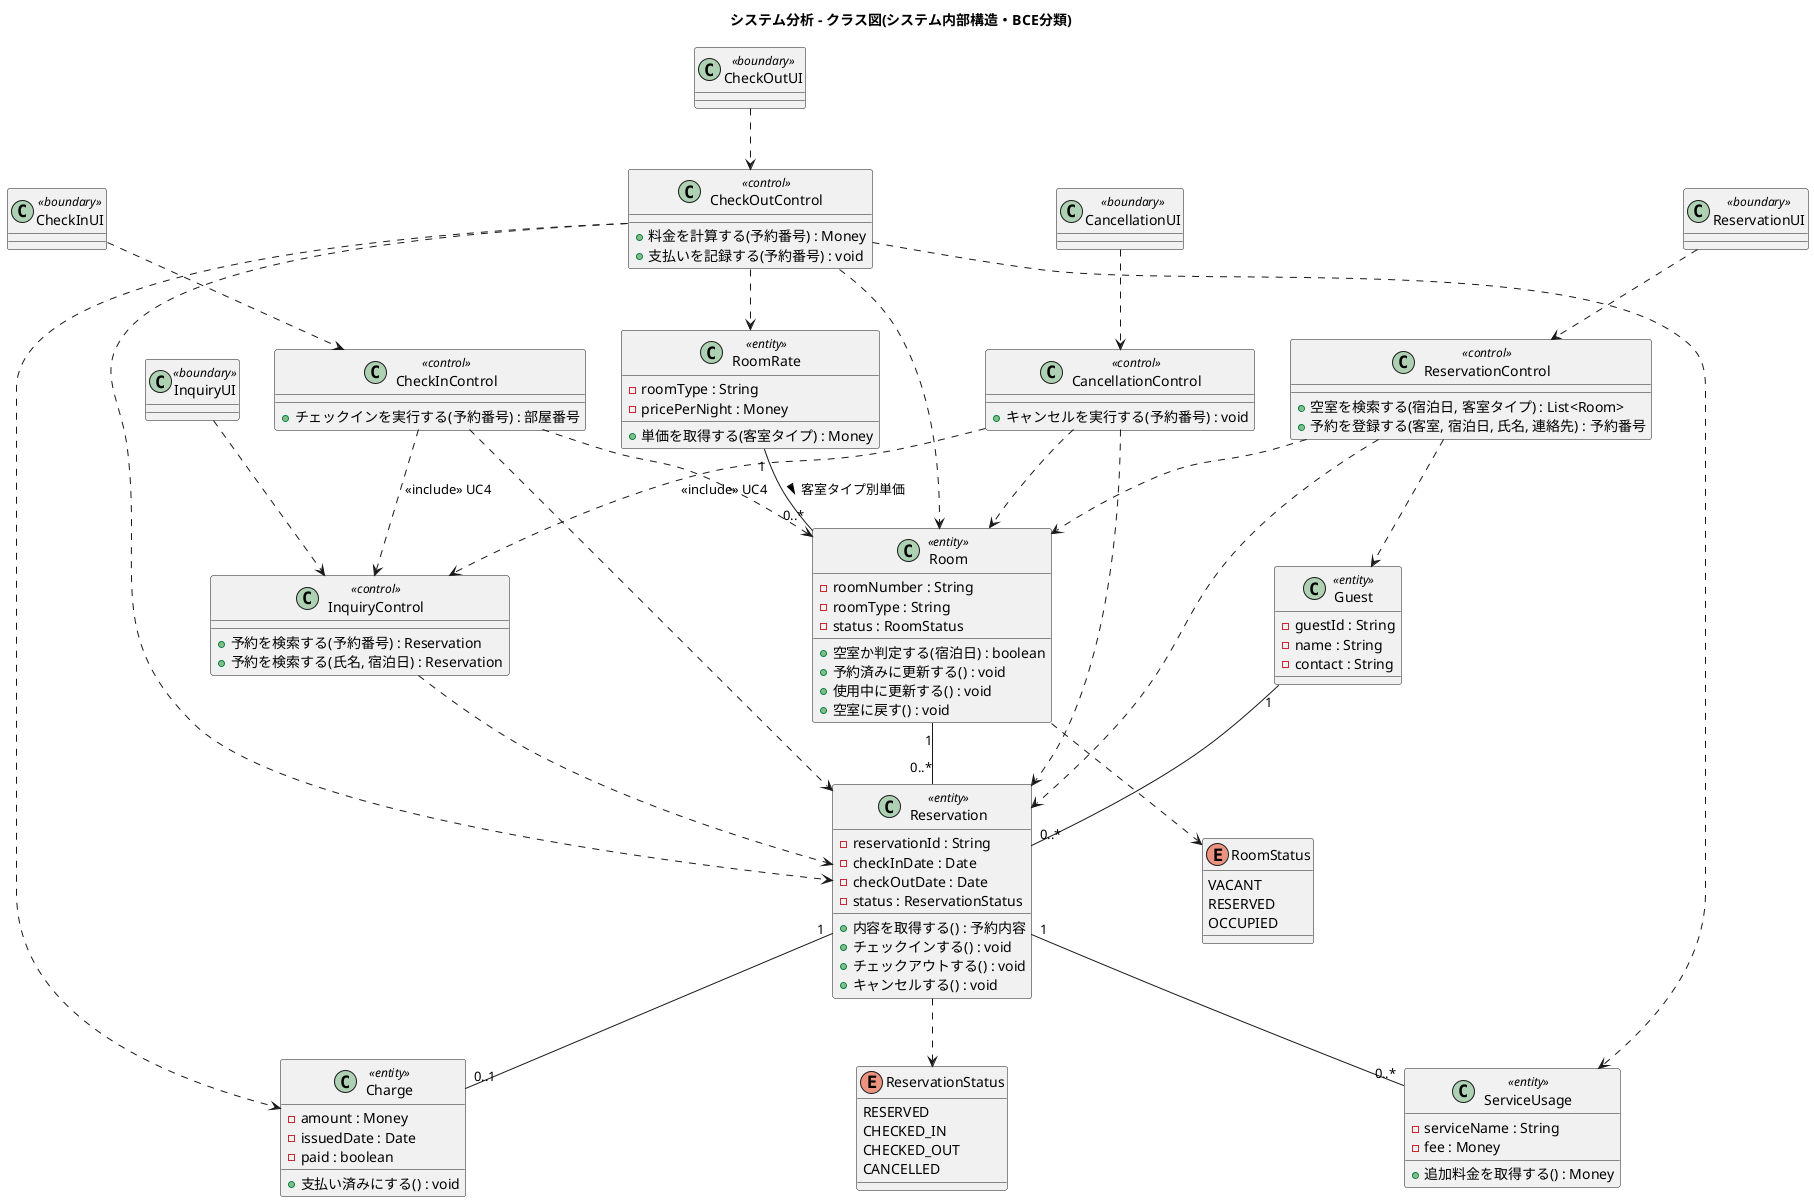
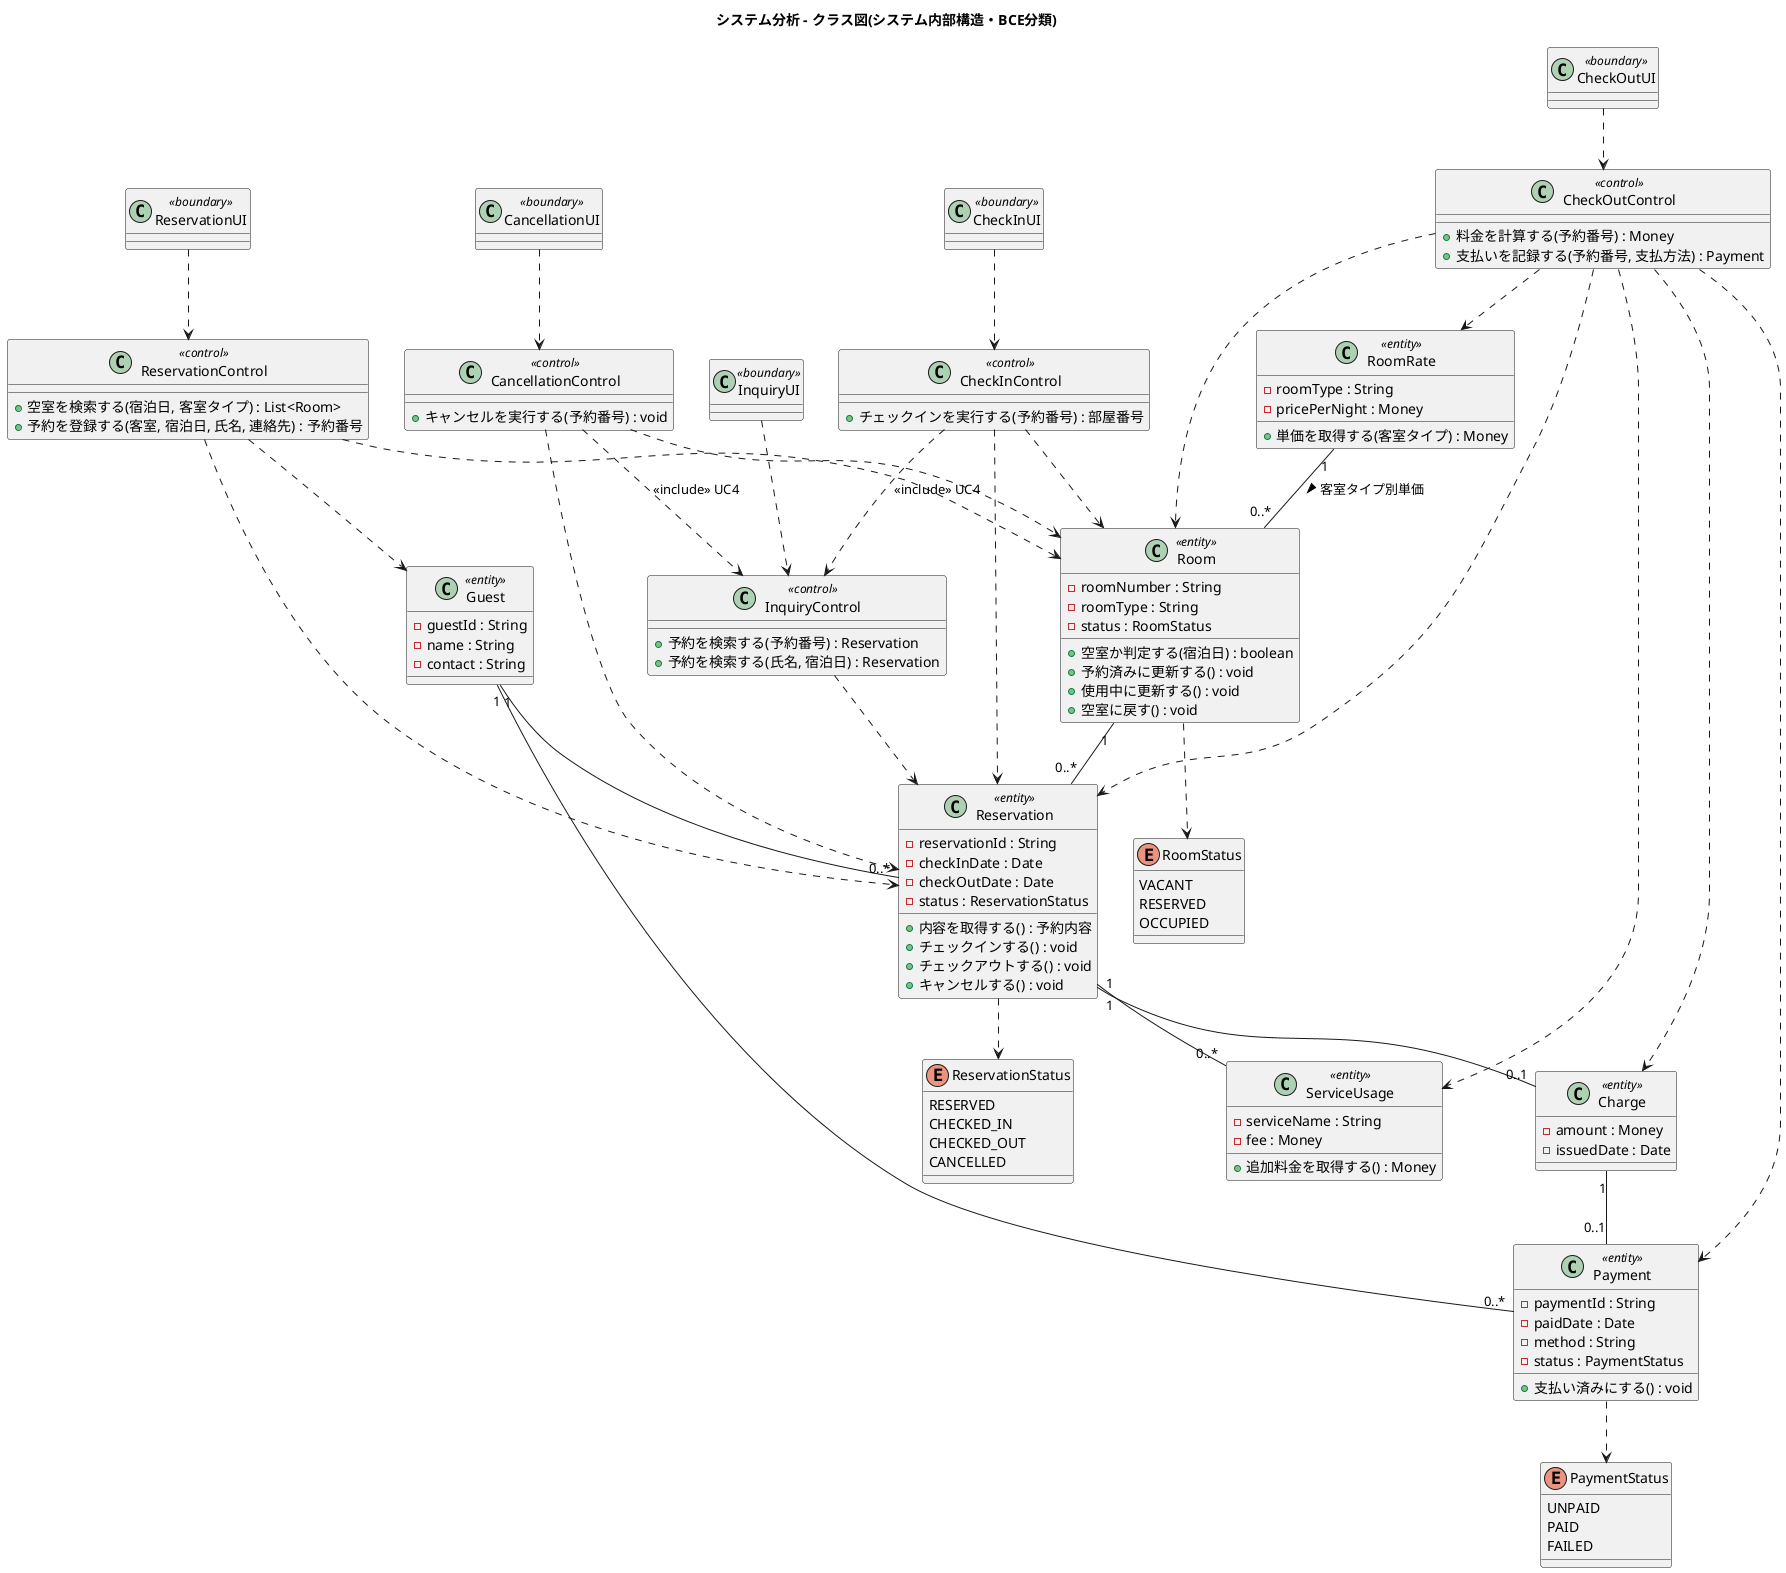
@startuml system_class_diagram
title システム分析 - クラス図(システム内部構造・BCE分類)

' アクター(利用者・フロント係)はシステム外部のためクラスとしては扱わない。
' Guestは利用者の「記録」を保持するエンティティ。
' 操作名はコラボレーション図(08a〜08e)のメッセージ名と一対一に対応させる。

' ===== バウンダリ =====
class ReservationUI <<boundary>>
class InquiryUI <<boundary>>
class CheckInUI <<boundary>>
class CheckOutUI <<boundary>>
class CancellationUI <<boundary>>

' ===== コントロール =====
class ReservationControl <<control>> {
  +空室を検索する(宿泊日, 客室タイプ) : List<Room>
  +予約を登録する(客室, 宿泊日, 氏名, 連絡先) : 予約番号
}
class InquiryControl <<control>> {
  +予約を検索する(予約番号) : Reservation
  +予約を検索する(氏名, 宿泊日) : Reservation
}
class CheckInControl <<control>> {
  +チェックインを実行する(予約番号) : 部屋番号
}
class CheckOutControl <<control>> {
  +料金を計算する(予約番号) : Money
-   +支払いを記録する(予約番号) : void
+   +支払いを記録する(予約番号, 支払方法) : Payment
}
class CancellationControl <<control>> {
  +キャンセルを実行する(予約番号) : void
}

' ===== エンティティ =====
class Guest <<entity>> {
  -guestId : String
  -name : String
  -contact : String
}
class Reservation <<entity>> {
  -reservationId : String
  -checkInDate : Date
  -checkOutDate : Date
  -status : ReservationStatus
  +内容を取得する() : 予約内容
  +チェックインする() : void
  +チェックアウトする() : void
  +キャンセルする() : void
}
class Room <<entity>> {
  -roomNumber : String
  -roomType : String
  -status : RoomStatus
  +空室か判定する(宿泊日) : boolean
  +予約済みに更新する() : void
  +使用中に更新する() : void
  +空室に戻す() : void
}
class RoomRate <<entity>> {
  -roomType : String
  -pricePerNight : Money
  +単価を取得する(客室タイプ) : Money
}
class ServiceUsage <<entity>> {
  -serviceName : String
  -fee : Money
  +追加料金を取得する() : Money
}
class Charge <<entity>> {
  -amount : Money
  -issuedDate : Date
-   -paid : boolean
+ }
+ class Payment <<entity>> {
+   -paymentId : String
+   -paidDate : Date
+   -method : String
+   -status : PaymentStatus
  +支払い済みにする() : void
}

enum RoomStatus {
  VACANT
  RESERVED
  OCCUPIED
}
enum ReservationStatus {
  RESERVED
  CHECKED_IN
  CHECKED_OUT
  CANCELLED
}
+ enum PaymentStatus {
+   UNPAID
+   PAID
+   FAILED
+ }

' ===== エンティティ間の関連(多重度はコラボレーション図のオブジェクト数と対応) =====
Guest "1" -- "0..*" Reservation
+ Guest "1" -- "0..*" Payment
Room "1" -- "0..*" Reservation
Reservation "1" -- "0..1" Charge
+ Charge "1" -- "0..1" Payment
Reservation "1" -- "0..*" ServiceUsage
RoomRate "1" -- "0..*" Room : 客室タイプ別単価 >
Room ..> RoomStatus
Reservation ..> ReservationStatus
+ Payment ..> PaymentStatus

' ===== バウンダリ → コントロール =====
ReservationUI ..> ReservationControl
InquiryUI ..> InquiryControl
CheckInUI ..> CheckInControl
CheckOutUI ..> CheckOutControl
CancellationUI ..> CancellationControl

' ===== コントロール → コントロール(ユースケースのinclude) =====
CheckInControl ..> InquiryControl : <<include>> UC4
CancellationControl ..> InquiryControl : <<include>> UC4

' ===== コントロール → エンティティ =====
ReservationControl ..> Room
ReservationControl ..> Guest
ReservationControl ..> Reservation
InquiryControl ..> Reservation
CheckInControl ..> Reservation
CheckInControl ..> Room
CheckOutControl ..> Reservation
CheckOutControl ..> RoomRate
CheckOutControl ..> ServiceUsage
CheckOutControl ..> Charge
+ CheckOutControl ..> Payment
CheckOutControl ..> Room
CancellationControl ..> Reservation
CancellationControl ..> Room

@enduml
